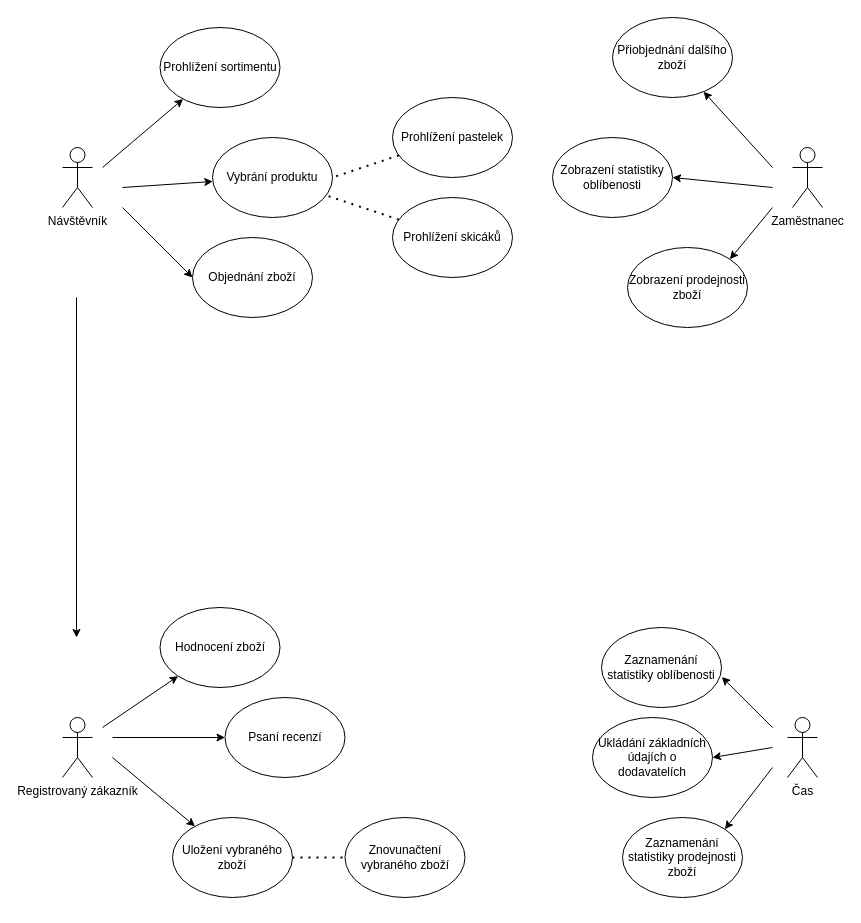
Earlier version of the draw.io diagram usecase.drawio (taiyo-harenohi/IUS). Source tidied: cells renumbered, new cells numbered last; positions are measured from the earlier drawing's top-left corner, leaving out a move shared by most shapes. Both pictures are drawn from the tidied source at 100%, with x=0, y=0 at pixel (62, 17).
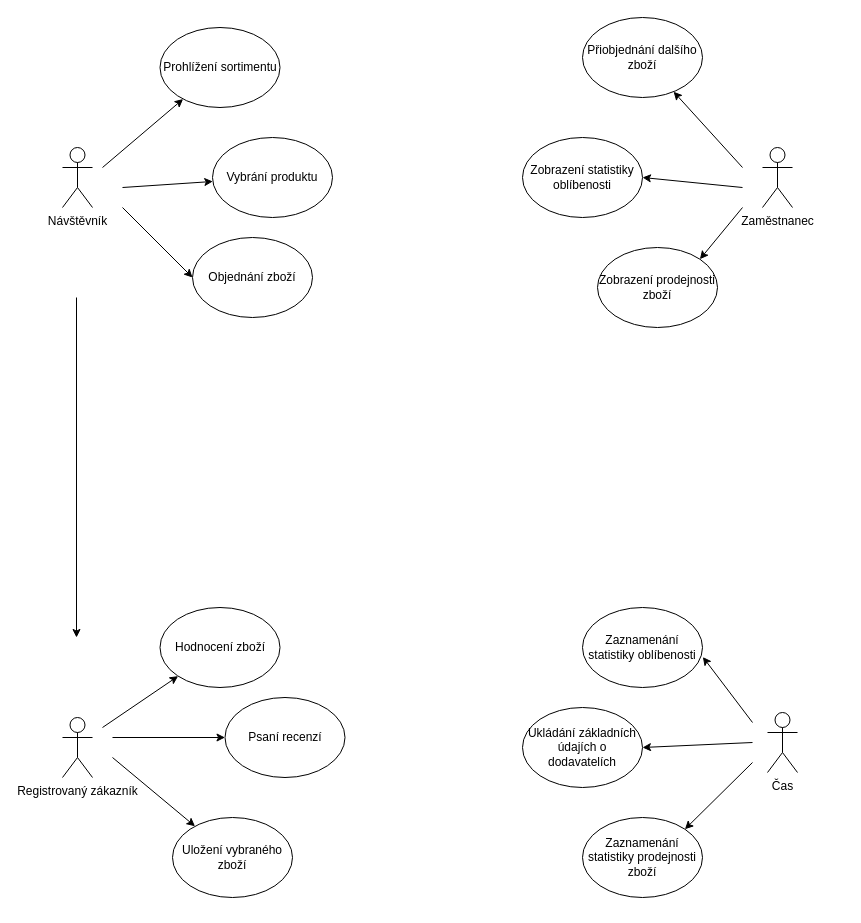
The same page after the edit.

Unchanged cells that the change refers to:
```xml
<mxCell id="6" value="Vybrání produktu" style="ellipse;whiteSpace=wrap;html=1;" parent="1" vertex="1">
  <mxGeometry x="150" y="120" width="120" height="80" as="geometry" />
</mxCell>
<mxCell id="7" value="Uložení vybraného zboží" style="ellipse;whiteSpace=wrap;html=1;" parent="1" vertex="1">
  <mxGeometry x="110" y="800" width="120" height="80" as="geometry" />
</mxCell>
```

What changed in the source:
```diff
@@
     <mxCell id="4" value="Zaměstnanec" style="shape=umlActor;verticalLabelPosition=bottom;verticalAlign=top;html=1;" parent="1" vertex="1">
-      <mxGeometry x="730" y="130" width="30" height="60" as="geometry" />
+      <mxGeometry x="700" y="130" width="30" height="60" as="geometry" />
     </mxCell>
@@
     <mxCell id="11" value="Přiobjednání dalšího zboží" style="ellipse;whiteSpace=wrap;html=1;" parent="1" vertex="1">
-      <mxGeometry x="550" width="120" height="80" as="geometry" />
+      <mxGeometry x="520" width="120" height="80" as="geometry" />
     </mxCell>
     <mxCell id="12" value="Zobrazení statistiky oblíbenosti" style="ellipse;whiteSpace=wrap;html=1;" parent="1" vertex="1">
-      <mxGeometry x="490" y="120" width="120" height="80" as="geometry" />
+      <mxGeometry x="460" y="120" width="120" height="80" as="geometry" />
     </mxCell>
     <mxCell id="13" value="Zobrazení prodejnosti zboží" style="ellipse;whiteSpace=wrap;html=1;" parent="1" vertex="1">
-      <mxGeometry x="565" y="230" width="120" height="80" as="geometry" />
+      <mxGeometry x="535" y="230" width="120" height="80" as="geometry" />
     </mxCell>
@@
-    <mxCell id="16" value="Prohlížení pastelek" style="ellipse;whiteSpace=wrap;html=1;" parent="1" vertex="1">
-      <mxGeometry x="330" y="80" width="120" height="80" as="geometry" />
-    </mxCell>
     <mxCell id="17" value="Čas" style="shape=umlActor;verticalLabelPosition=bottom;verticalAlign=top;html=1;" parent="1" vertex="1">
-      <mxGeometry x="725" y="700" width="30" height="60" as="geometry" />
+      <mxGeometry x="705" y="695" width="30" height="60" as="geometry" />
     </mxCell>
     <mxCell id="18" value="Zaznamenání statistiky oblíbenosti" style="ellipse;whiteSpace=wrap;html=1;" parent="1" vertex="1">
-      <mxGeometry x="539" y="610" width="120" height="80" as="geometry" />
+      <mxGeometry x="520" y="590" width="120" height="80" as="geometry" />
     </mxCell>
     <mxCell id="19" value="Zaznamenání statistiky prodejnosti zboží" style="ellipse;whiteSpace=wrap;html=1;" parent="1" vertex="1">
-      <mxGeometry x="560" y="800" width="120" height="80" as="geometry" />
+      <mxGeometry x="520" y="800" width="120" height="80" as="geometry" />
     </mxCell>
-    <mxCell id="20" value="Prohlížení skicáků" style="ellipse;whiteSpace=wrap;html=1;" parent="1" vertex="1">
-      <mxGeometry x="330" y="180" width="120" height="80" as="geometry" />
-    </mxCell>
-    <mxCell id="21" value="Znovunačtení vybraného zboží" style="ellipse;whiteSpace=wrap;html=1;" parent="1" vertex="1">
-      <mxGeometry x="282.5" y="800" width="120" height="80" as="geometry" />
-    </mxCell>
     <mxCell id="22" value="Ukládání základních údajích o dodavatelích" style="ellipse;whiteSpace=wrap;html=1;" parent="1" vertex="1">
-      <mxGeometry x="530" y="700" width="120" height="80" as="geometry" />
+      <mxGeometry x="460" y="690" width="120" height="80" as="geometry" />
     </mxCell>
@@
-    <mxCell id="26" style="endArrow=none;dashed=1;html=1;dashPattern=1 3;strokeWidth=2;" parent="1" edge="1" source="20" target="6">
-      <mxGeometry relative="1" as="geometry" />
-    </mxCell>
-    <mxCell id="27" style="endArrow=none;dashed=1;html=1;dashPattern=1 3;strokeWidth=2;entryX=1;entryY=0.5;entryDx=0;entryDy=0;" parent="1" edge="1" source="16" target="6">
-      <mxGeometry relative="1" as="geometry" />
-    </mxCell>
-    <mxCell id="28" style="endArrow=none;dashed=1;html=1;dashPattern=1 3;strokeWidth=2;exitX=1;exitY=0.5;exitDx=0;exitDy=0;entryX=0;entryY=0.5;entryDx=0;entryDy=0;" parent="1" edge="1" source="7" target="21">
-      <mxGeometry relative="1" as="geometry" />
-    </mxCell>
@@
     <mxCell id="32" style="endArrow=classic;html=1;" parent="1" edge="1" target="11">
       <mxGeometry relative="1" as="geometry">
-        <mxPoint x="710" y="150" as="sourcePoint" />
+        <mxPoint x="680" y="150" as="sourcePoint" />
       </mxGeometry>
     </mxCell>
     <mxCell id="33" style="endArrow=classic;html=1;entryX=1;entryY=0.5;entryDx=0;entryDy=0;" parent="1" edge="1" target="12">
       <mxGeometry relative="1" as="geometry">
-        <mxPoint x="710" y="170" as="sourcePoint" />
+        <mxPoint x="680" y="170" as="sourcePoint" />
       </mxGeometry>
     </mxCell>
     <mxCell id="34" style="endArrow=classic;html=1;entryX=1;entryY=0;entryDx=0;entryDy=0;" parent="1" edge="1" target="13">
       <mxGeometry relative="1" as="geometry">
-        <mxPoint x="710" y="190" as="sourcePoint" />
+        <mxPoint x="680" y="190" as="sourcePoint" />
       </mxGeometry>
     </mxCell>
     <mxCell id="35" style="endArrow=classic;html=1;entryX=1.003;entryY=0.619;entryDx=0;entryDy=0;entryPerimeter=0;" parent="1" edge="1" target="18">
       <mxGeometry relative="1" as="geometry">
-        <mxPoint x="710" y="710" as="sourcePoint" />
+        <mxPoint x="690" y="705" as="sourcePoint" />
       </mxGeometry>
     </mxCell>
     <mxCell id="36" style="endArrow=classic;html=1;entryX=1;entryY=0.5;entryDx=0;entryDy=0;" parent="1" edge="1" target="22">
       <mxGeometry relative="1" as="geometry">
-        <mxPoint x="710" y="730" as="sourcePoint" />
+        <mxPoint x="690" y="725" as="sourcePoint" />
       </mxGeometry>
     </mxCell>
     <mxCell id="37" style="endArrow=classic;html=1;entryX=1;entryY=0;entryDx=0;entryDy=0;" parent="1" edge="1" target="19">
       <mxGeometry relative="1" as="geometry">
-        <mxPoint x="710" y="750" as="sourcePoint" />
+        <mxPoint x="690" y="745" as="sourcePoint" />
       </mxGeometry>
     </mxCell>
```
